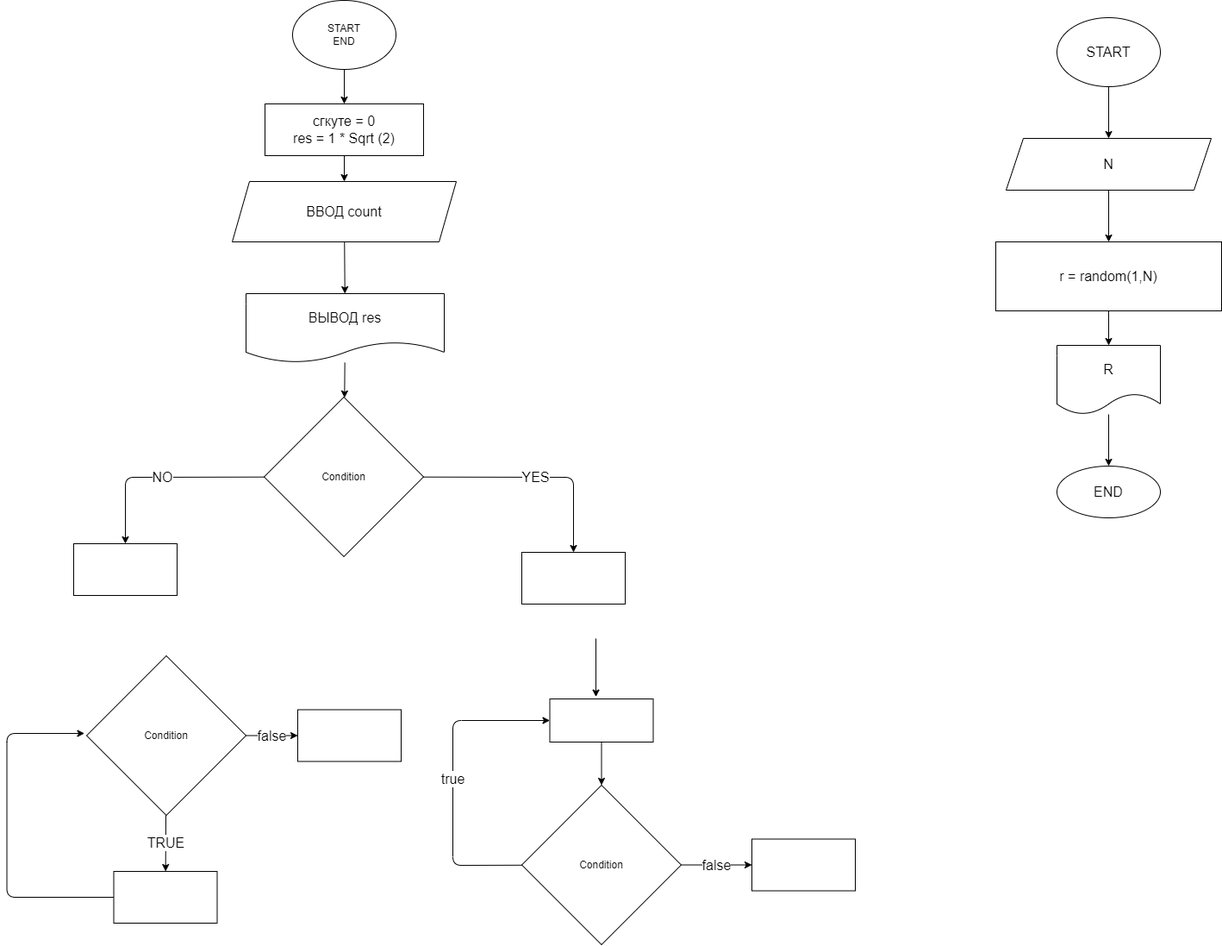
Above: ex000.drawio.png in AlexCap97/GitTest (draw.io), before the change. Source tidied: cells renumbered, new cells last; positions are measured from the earlier drawing's top-left corner, leaving out a move shared by most shapes.
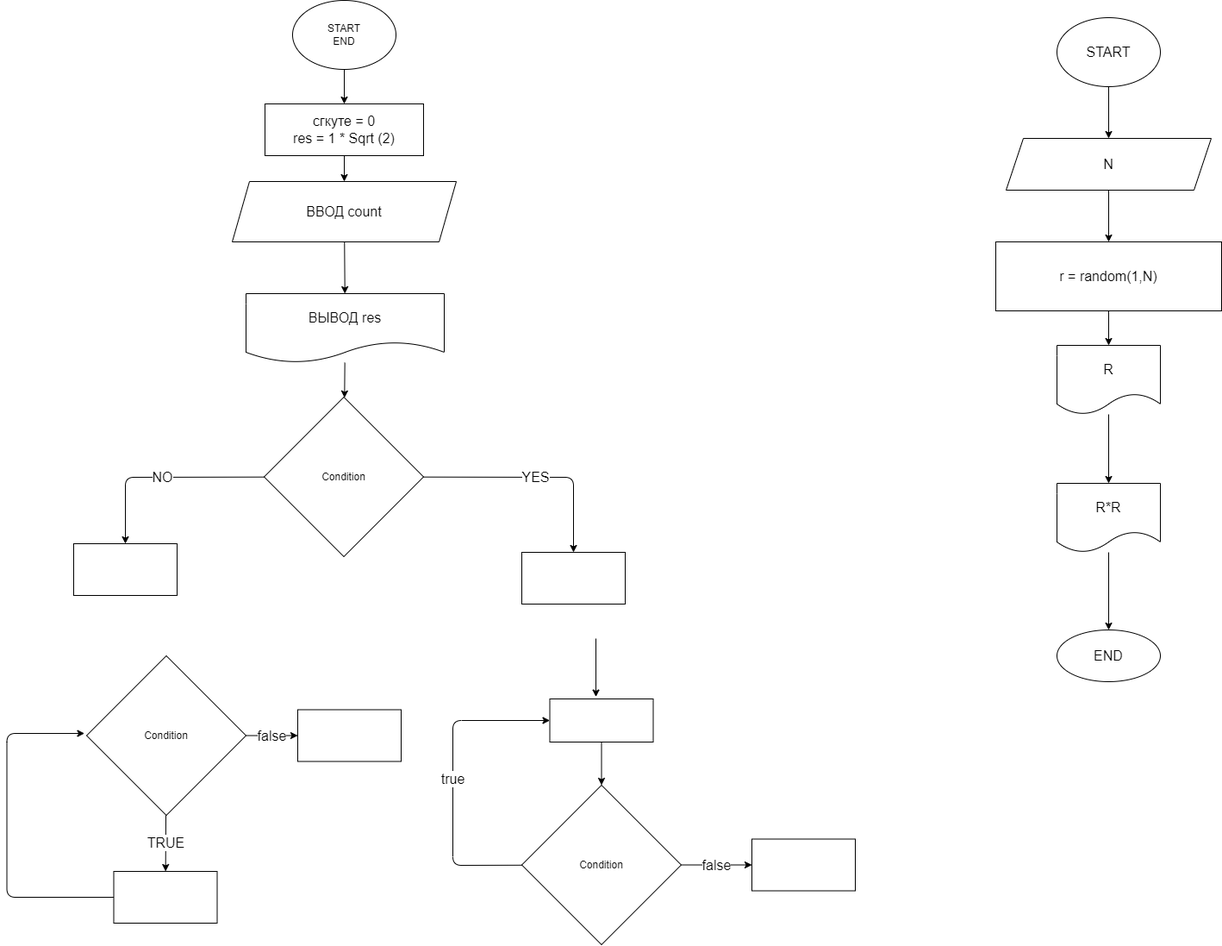
The same diagram one commit later.

Change to the diagram source:
```diff
@@ -119,14 +119,20 @@
     <mxCell id="33" value="r = random(1,N)" style="whiteSpace=wrap;html=1;fontSize=16;" parent="1" vertex="1">
       <mxGeometry x="1148" y="280" width="262" height="80" as="geometry" />
     </mxCell>
-    <mxCell id="34" style="edgeStyle=none;html=1;fontSize=16;" parent="1" edge="1" source="35" target="36">
-      <mxGeometry relative="1" as="geometry" />
-    </mxCell>
+    <mxCell id="37" style="edgeStyle=none;html=1;fontSize=16;" parent="1" edge="1" source="35" target="39">
+      <mxGeometry relative="1" as="geometry" />
+    </mxCell>
     <mxCell id="35" value="R" style="shape=document;whiteSpace=wrap;html=1;boundedLbl=1;fontSize=16;" parent="1" vertex="1">
       <mxGeometry x="1219" y="400" width="120" height="80" as="geometry" />
     </mxCell>
+    <mxCell id="38" style="edgeStyle=none;html=1;fontSize=16;" parent="1" edge="1" source="39" target="36">
+      <mxGeometry relative="1" as="geometry" />
+    </mxCell>
+    <mxCell id="39" value="R*R" style="shape=document;whiteSpace=wrap;html=1;boundedLbl=1;fontSize=16;" parent="1" vertex="1">
+      <mxGeometry x="1219" y="560" width="120" height="80" as="geometry" />
+    </mxCell>
     <mxCell id="36" value="END" style="ellipse;whiteSpace=wrap;html=1;fontSize=16;" parent="1" vertex="1">
-      <mxGeometry x="1219" y="540" width="120" height="60" as="geometry" />
+      <mxGeometry x="1219" y="730" width="120" height="60" as="geometry" />
     </mxCell>
   </root>
 </mxGraphModel>
```
